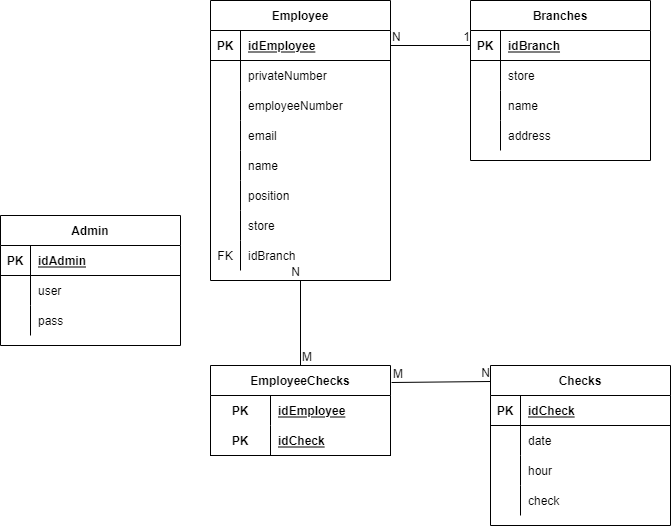
Earlier version of the draw.io export db/diagram/Kata 07 db.drawio.png (BC-MAY-21-ROR/kata-07-reloj-checador-k7-n21-t5). Source tidied: cells renumbered, new cells last; positions are measured from the earlier drawing's top-left corner, leaving out a move shared by most shapes.
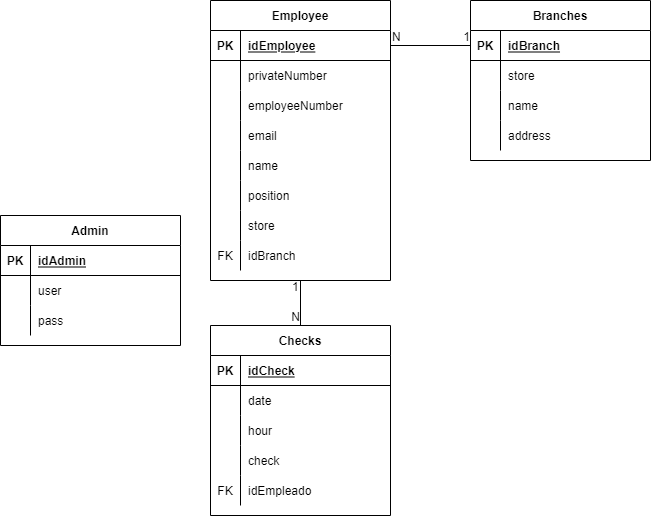
Later version of the same file.

What changed in the source:
```diff
@@ -147,7 +147,7 @@
       <mxGeometry x="30" width="150" height="30" as="geometry" />
     </mxCell>
     <mxCell id="50" value="Checks" style="shape=table;startSize=30;rowLines=0;fontStyle=1;align=center;" parent="1" vertex="1">
-      <mxGeometry x="490" y="365" width="180" height="160" as="geometry" />
+      <mxGeometry x="210" y="325" width="180" height="190" as="geometry" />
     </mxCell>
     <mxCell id="51" style="shape=partialRectangle;fillColor=none;top=0;left=0;bottom=1;right=0;" parent="50" vertex="1">
       <mxGeometry y="30" width="180" height="30" as="geometry" />
@@ -185,6 +185,15 @@
     <mxCell id="62" value="check" style="shape=partialRectangle;fillColor=none;top=0;left=0;bottom=0;right=0;align=left;spacingLeft=6;overflow=hidden;" parent="60" vertex="1">
       <mxGeometry x="30" width="150" height="30" as="geometry" />
     </mxCell>
+    <mxCell id="79" style="shape=tableRow;horizontal=0;startSize=0;swimlaneHead=0;swimlaneBody=0;fillColor=none;top=0;left=0;right=0;bottom=0;" parent="50" vertex="1">
+      <mxGeometry y="150" width="180" height="30" as="geometry" />
+    </mxCell>
+    <mxCell id="80" value="FK" style="shape=partialRectangle;fillColor=none;top=0;left=0;bottom=0;right=0;overflow=hidden;" parent="79" vertex="1">
+      <mxGeometry width="30" height="30" as="geometry" />
+    </mxCell>
+    <mxCell id="81" value="idEmpleado" style="shape=partialRectangle;fillColor=none;top=0;left=0;bottom=0;right=0;align=left;spacingLeft=6;overflow=hidden;" parent="79" vertex="1">
+      <mxGeometry x="30" width="150" height="30" as="geometry" />
+    </mxCell>
     <mxCell id="63" style="endArrow=none;html=1;rounded=0;exitX=1;exitY=0.5;exitDx=0;exitDy=0;entryX=0;entryY=0.5;entryDx=0;entryDy=0;" parent="1" edge="1" source="3" target="38">
       <mxGeometry relative="1" as="geometry" />
     </mxCell>
@@ -194,44 +203,16 @@
     <mxCell id="65" value="1" style="html=1;align=right;verticalAlign=bottom;" parent="63" vertex="1">
       <mxGeometry x="1" relative="1" as="geometry" />
     </mxCell>
-    <mxCell id="66" value="EmployeeChecks" style="shape=table;startSize=30;rowLines=0;fontStyle=1;align=center;" parent="1" vertex="1">
-      <mxGeometry x="210" y="365" width="180" height="90" as="geometry" />
-    </mxCell>
-    <mxCell id="67" style="shape=partialRectangle;fillColor=none;top=0;left=0;bottom=0;right=0;" parent="66" vertex="1">
-      <mxGeometry y="30" width="180" height="30" as="geometry" />
-    </mxCell>
-    <mxCell id="68" value="PK" style="shape=partialRectangle;fillColor=none;top=0;left=0;bottom=0;right=0;fontStyle=1;overflow=hidden;" parent="67" vertex="1">
-      <mxGeometry width="60" height="30" as="geometry" />
-    </mxCell>
-    <mxCell id="69" value="idEmployee" style="shape=partialRectangle;fillColor=none;top=0;left=0;bottom=0;right=0;align=left;spacingLeft=6;fontStyle=5;overflow=hidden;" parent="67" vertex="1">
-      <mxGeometry x="60" width="120" height="30" as="geometry" />
-    </mxCell>
-    <mxCell id="70" style="shape=partialRectangle;fillColor=none;top=0;left=0;bottom=1;right=0;" parent="66" vertex="1">
-      <mxGeometry y="60" width="180" height="30" as="geometry" />
-    </mxCell>
-    <mxCell id="71" value="PK" style="shape=partialRectangle;fillColor=none;top=0;left=0;bottom=0;right=0;fontStyle=1;overflow=hidden;" parent="70" vertex="1">
-      <mxGeometry width="60" height="30" as="geometry" />
-    </mxCell>
-    <mxCell id="72" value="idCheck" style="shape=partialRectangle;fillColor=none;top=0;left=0;bottom=0;right=0;align=left;spacingLeft=6;fontStyle=5;overflow=hidden;" parent="70" vertex="1">
-      <mxGeometry x="60" width="120" height="30" as="geometry" />
-    </mxCell>
-    <mxCell id="73" style="endArrow=none;html=1;rounded=0;entryX=0.5;entryY=1;entryDx=0;entryDy=0;exitX=0.5;exitY=0;exitDx=0;exitDy=0;" parent="1" edge="1" source="66" target="2">
-      <mxGeometry relative="1" as="geometry" />
-    </mxCell>
-    <mxCell id="74" value="M" style="html=1;align=left;verticalAlign=bottom;" parent="73" vertex="1">
-      <mxGeometry x="-1" relative="1" as="geometry" />
-    </mxCell>
-    <mxCell id="75" value="N" style="html=1;align=right;verticalAlign=bottom;" parent="73" vertex="1">
-      <mxGeometry x="1" relative="1" as="geometry" />
-    </mxCell>
-    <mxCell id="76" style="endArrow=none;html=1;rounded=0;entryX=0;entryY=0.1;entryDx=0;entryDy=0;exitX=1.006;exitY=0.189;exitDx=0;exitDy=0;exitPerimeter=0;entryPerimeter=0;" parent="1" edge="1" source="66" target="50">
-      <mxGeometry relative="1" as="geometry" />
-    </mxCell>
-    <mxCell id="77" value="M" style="html=1;align=left;verticalAlign=bottom;" parent="76" vertex="1">
-      <mxGeometry x="-1" relative="1" as="geometry" />
-    </mxCell>
-    <mxCell id="78" value="N" style="html=1;align=right;verticalAlign=bottom;" parent="76" vertex="1">
-      <mxGeometry x="1" relative="1" as="geometry" />
-    </mxCell>
+    <mxCell id="82" style="endArrow=none;html=1;rounded=0;exitX=0.5;exitY=1;exitDx=0;exitDy=0;entryX=0.5;entryY=0;entryDx=0;entryDy=0;" parent="1" edge="1" source="2" target="50">
+      <mxGeometry relative="1" as="geometry" />
+    </mxCell>
+    <mxCell id="83" value="1" style="html=1;align=left;verticalAlign=bottom;" parent="82" vertex="1">
+      <mxGeometry x="-1" relative="1" as="geometry">
+        <mxPoint x="-10" y="15" as="offset" />
+      </mxGeometry>
+    </mxCell>
+    <mxCell id="84" value="N" style="html=1;align=right;verticalAlign=bottom;" parent="82" vertex="1">
+      <mxGeometry x="1" relative="1" as="geometry" />
+    </mxCell>
   </root>
 </mxGraphModel>
```
